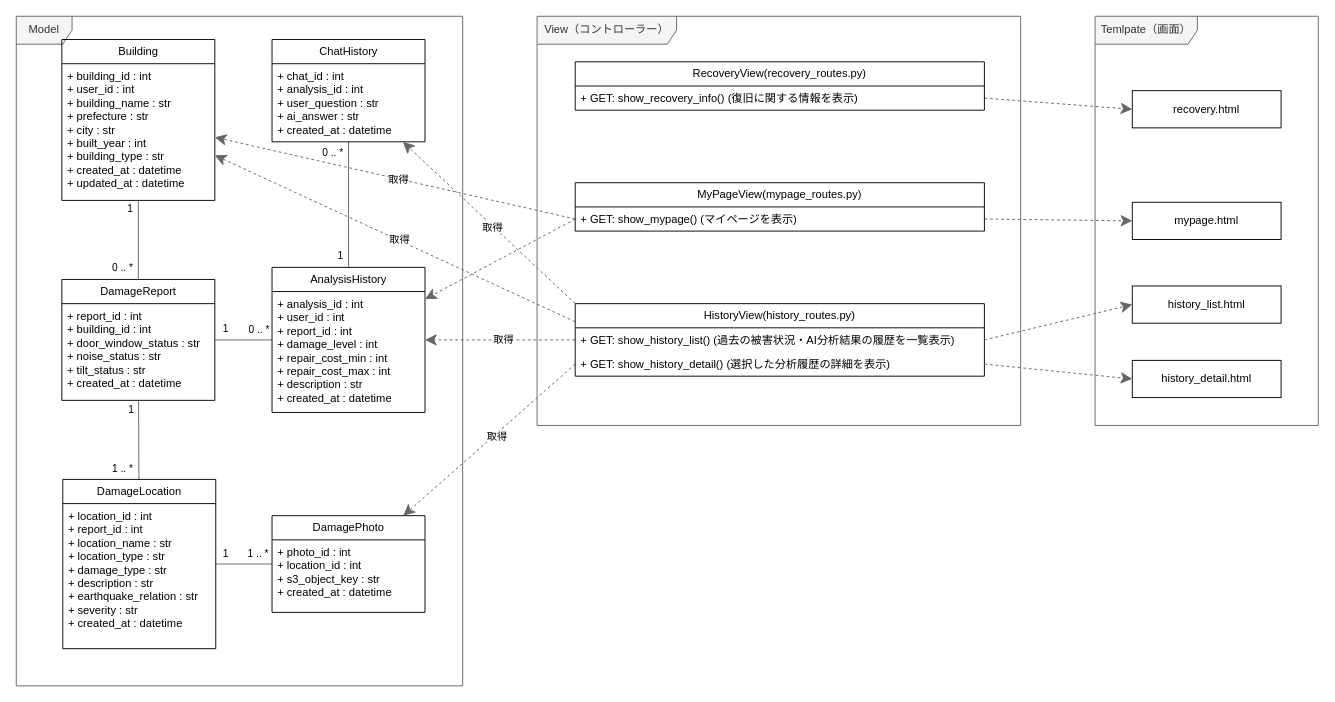
Kotarou-Tanoue/tanouesoftware keeps this draw.io diagram as page "確認／履歴" (4 of 5) of 20_システム設計書/図25_クラス.drawio. Above is the earlier version. Source tidied: cells renumbered, new cells numbered last; positions are measured from the earlier drawing's top-left corner, leaving out a move shared by most shapes. Both pictures are drawn from the tidied source at 93%, with x=0, y=0 at pixel (16, 16).
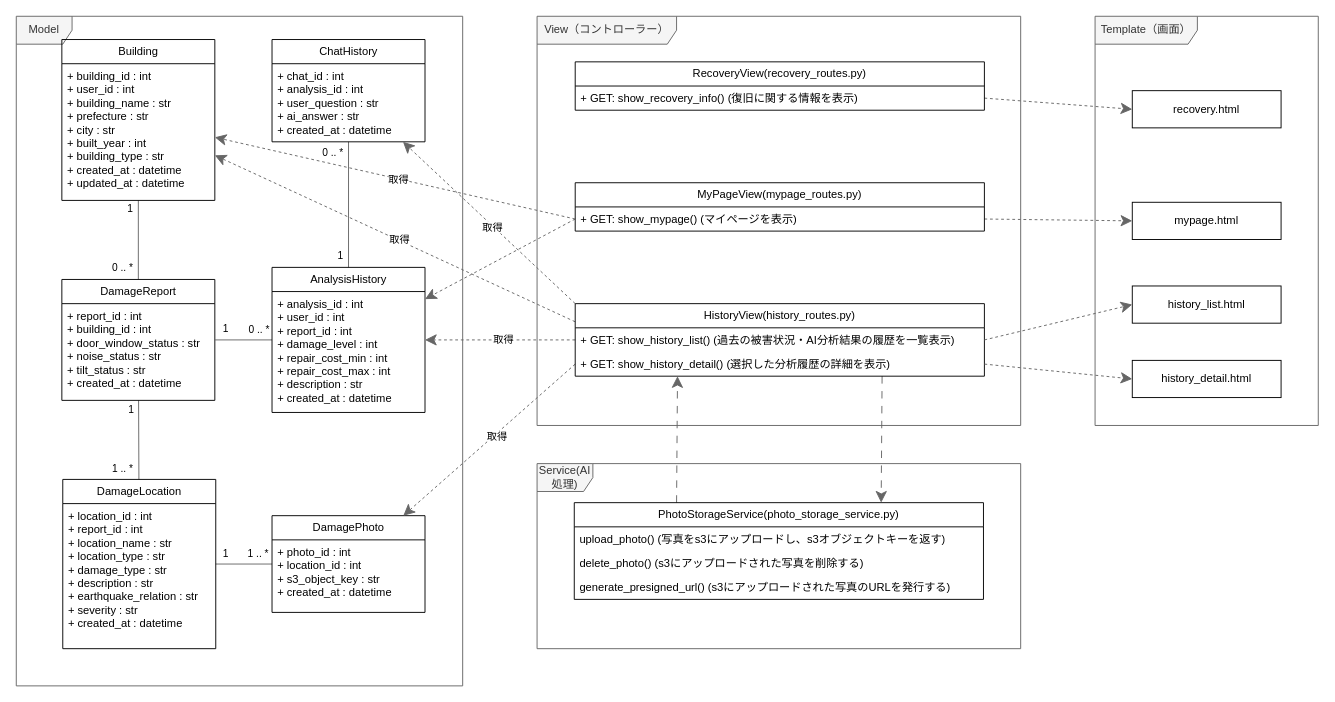
The same page after the edit.

Unchanged cells that the change refers to:
```xml
<mxCell id="40" value="HistoryView(history_routes.py)" style="swimlane;fontStyle=0;horizontal=1;startSize=26;fillColor=none;whiteSpace=wrap;html=1;" parent="1" vertex="1">
  <mxGeometry x="601" y="309" width="440" height="78" as="geometry" />
</mxCell>
```

Change to the diagram source:
```diff
@@
+    <mxCell id="58" value="Service(AI処理)" style="shape=umlFrame;whiteSpace=wrap;html=1;fillColor=#f5f5f5;fontColor=#333333;strokeColor=#666666;swimlaneFillColor=#FFFFFF;" parent="1" vertex="1">
+      <mxGeometry x="560" y="481" width="520" height="199" as="geometry" />
+    </mxCell>
@@
-    <mxCell id="4" value="Temlpate（画面）" style="shape=umlFrame;whiteSpace=wrap;html=1;fillColor=#f5f5f5;fontColor=#333333;strokeColor=#666666;swimlaneFillColor=#FFFFFF;width=110;height=30;" parent="1" vertex="1">
+    <mxCell id="4" value="Template（画面）" style="shape=umlFrame;whiteSpace=wrap;html=1;fillColor=#f5f5f5;fontColor=#333333;strokeColor=#666666;swimlaneFillColor=#FFFFFF;width=110;height=30;" parent="1" vertex="1">
       <mxGeometry x="1160" width="240" height="440" as="geometry" />
     </mxCell>
@@
+    <mxCell id="59" style="edgeStyle=none;shape=connector;rounded=0;jettySize=auto;html=1;dashed=1;dashPattern=8 8;strokeColor=#666666;align=center;verticalAlign=middle;fontFamily=Helvetica;fontSize=11;fontColor=default;labelBackgroundColor=default;startSize=10;endArrow=classic;endFill=1;endSize=10;fillColor=#ffe6cc;exitX=0.75;exitY=1;exitDx=0;exitDy=0;entryX=0.75;entryY=0;entryDx=0;entryDy=0;" parent="1" edge="1" source="40" target="61">
+      <mxGeometry relative="1" as="geometry" />
+    </mxCell>
@@
+    <mxCell id="60" style="edgeStyle=none;shape=connector;rounded=0;jettySize=auto;html=1;exitX=0.25;exitY=0;exitDx=0;exitDy=0;entryX=0.25;entryY=1;entryDx=0;entryDy=0;dashed=1;dashPattern=8 8;strokeColor=#666666;align=center;verticalAlign=middle;fontFamily=Helvetica;fontSize=11;fontColor=default;labelBackgroundColor=default;startSize=10;endArrow=classic;endFill=1;endSize=10;fillColor=#ffe6cc;" parent="1" edge="1" source="61" target="40">
+      <mxGeometry relative="1" as="geometry" />
+    </mxCell>
+    <mxCell id="61" value="PhotoStorageService(photo_storage_service.py)" style="swimlane;fontStyle=0;horizontal=1;startSize=26;fillColor=none;whiteSpace=wrap;html=1;" parent="1" vertex="1">
+      <mxGeometry x="600" y="523" width="440" height="104" as="geometry" />
+    </mxCell>
+    <mxCell id="62" value="upload_photo() (写真をs3にアップロードし、s3オブジェクトキーを返す)" style="text;strokeColor=none;fillColor=none;align=left;verticalAlign=top;spacingLeft=4;spacingRight=4;overflow=hidden;whiteSpace=wrap;html=1;" parent="61" vertex="1">
+      <mxGeometry y="26" width="440" height="26" as="geometry" />
+    </mxCell>
+    <mxCell id="63" value="delete_photo() (s3にアップロードされた写真を削除する)" style="text;strokeColor=none;fillColor=none;align=left;verticalAlign=top;spacingLeft=4;spacingRight=4;overflow=hidden;whiteSpace=wrap;html=1;" parent="61" vertex="1">
+      <mxGeometry y="52" width="440" height="26" as="geometry" />
+    </mxCell>
+    <mxCell id="64" value="generate_presigned_url() (s3にアップロードされた写真のURLを発行する)" style="text;strokeColor=none;fillColor=none;align=left;verticalAlign=top;spacingLeft=4;spacingRight=4;overflow=hidden;whiteSpace=wrap;html=1;" parent="61" vertex="1">
+      <mxGeometry y="78" width="440" height="26" as="geometry" />
+    </mxCell>
```
